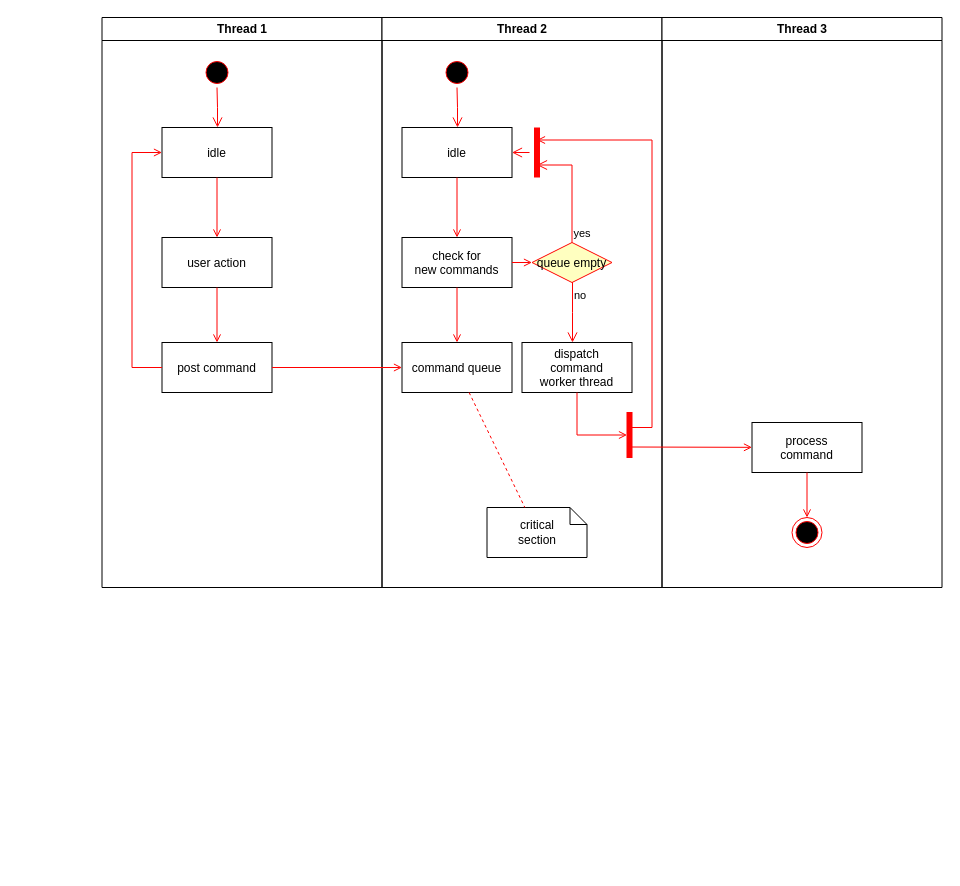
Earlier version of the draw.io diagram Diagrama sem nome.drawio (Kitchen-Club-Visintainer/.github). Source tidied: cells renumbered, new cells numbered last; positions are measured from the earlier drawing's top-left corner, leaving out a move shared by most shapes. Both pictures are drawn from the tidied source at 100%, with x=0, y=0 at pixel (101, 17).
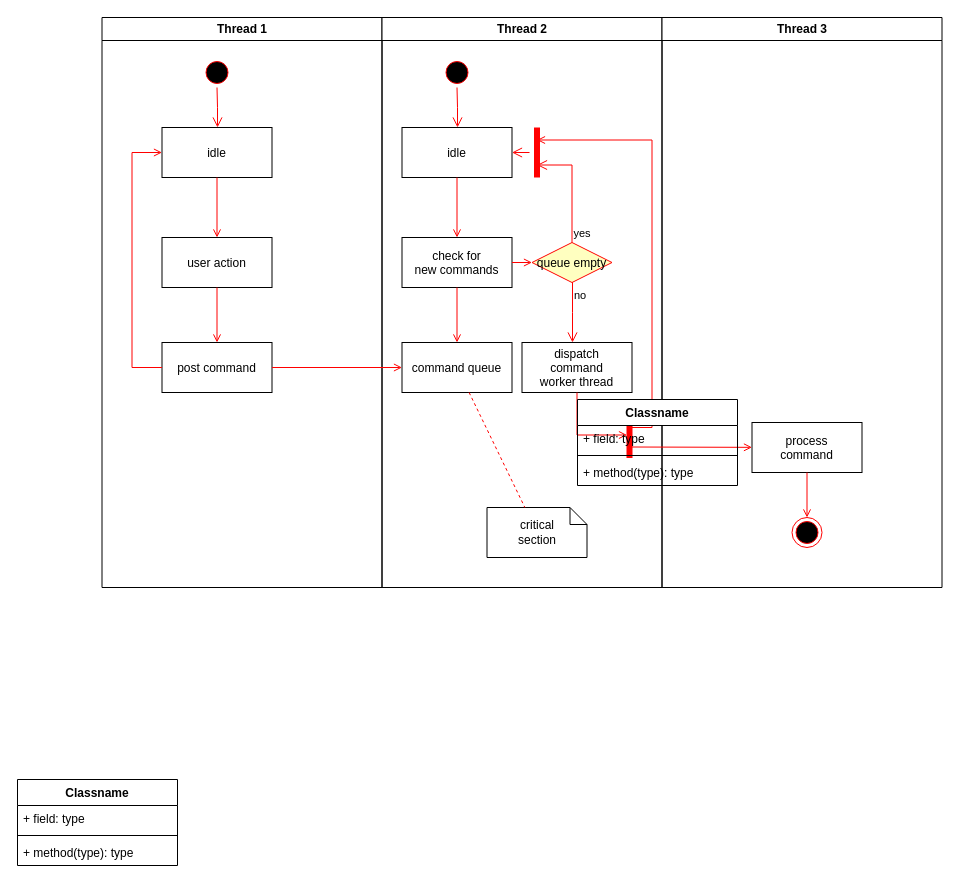
After the change.

What changed in the source:
```diff
@@
+    <mxCell id="37" value="Classname" style="swimlane;fontStyle=1;align=center;verticalAlign=top;horizontal=1;startSize=26;whiteSpace=wrap;html=1;" parent="1" vertex="1">
+      <mxGeometry x="476" y="382" width="160" height="86" as="geometry" />
+    </mxCell>
+    <mxCell id="38" value="+ field: type" style="text;strokeColor=none;fillColor=none;align=left;verticalAlign=top;spacingLeft=4;spacingRight=4;overflow=hidden;whiteSpace=wrap;html=1;" parent="37" vertex="1">
+      <mxGeometry y="26" width="160" height="26" as="geometry" />
+    </mxCell>
+    <mxCell id="39" style="line;strokeWidth=1;fillColor=none;align=left;verticalAlign=middle;spacingTop=-1;spacingLeft=3;spacingRight=3;labelPosition=right;strokeColor=inherit;" parent="37" vertex="1">
+      <mxGeometry y="52" width="160" height="8" as="geometry" />
+    </mxCell>
+    <mxCell id="40" value="+ method(type): type" style="text;strokeColor=none;fillColor=none;align=left;verticalAlign=top;spacingLeft=4;spacingRight=4;overflow=hidden;whiteSpace=wrap;html=1;" parent="37" vertex="1">
+      <mxGeometry y="60" width="160" height="26" as="geometry" />
+    </mxCell>
+    <mxCell id="41" value="Classname" style="swimlane;fontStyle=1;align=center;verticalAlign=top;horizontal=1;startSize=26;whiteSpace=wrap;html=1;" parent="1" vertex="1">
+      <mxGeometry x="-84" y="762" width="160" height="86" as="geometry" />
+    </mxCell>
+    <mxCell id="42" value="+ field: type" style="text;strokeColor=none;fillColor=none;align=left;verticalAlign=top;spacingLeft=4;spacingRight=4;overflow=hidden;whiteSpace=wrap;html=1;" parent="41" vertex="1">
+      <mxGeometry y="26" width="160" height="26" as="geometry" />
+    </mxCell>
+    <mxCell id="43" style="line;strokeWidth=1;fillColor=none;align=left;verticalAlign=middle;spacingTop=-1;spacingLeft=3;spacingRight=3;labelPosition=right;strokeColor=inherit;" parent="41" vertex="1">
+      <mxGeometry y="52" width="160" height="8" as="geometry" />
+    </mxCell>
+    <mxCell id="44" value="+ method(type): type" style="text;strokeColor=none;fillColor=none;align=left;verticalAlign=top;spacingLeft=4;spacingRight=4;overflow=hidden;whiteSpace=wrap;html=1;" parent="41" vertex="1">
+      <mxGeometry y="60" width="160" height="26" as="geometry" />
+    </mxCell>
```
